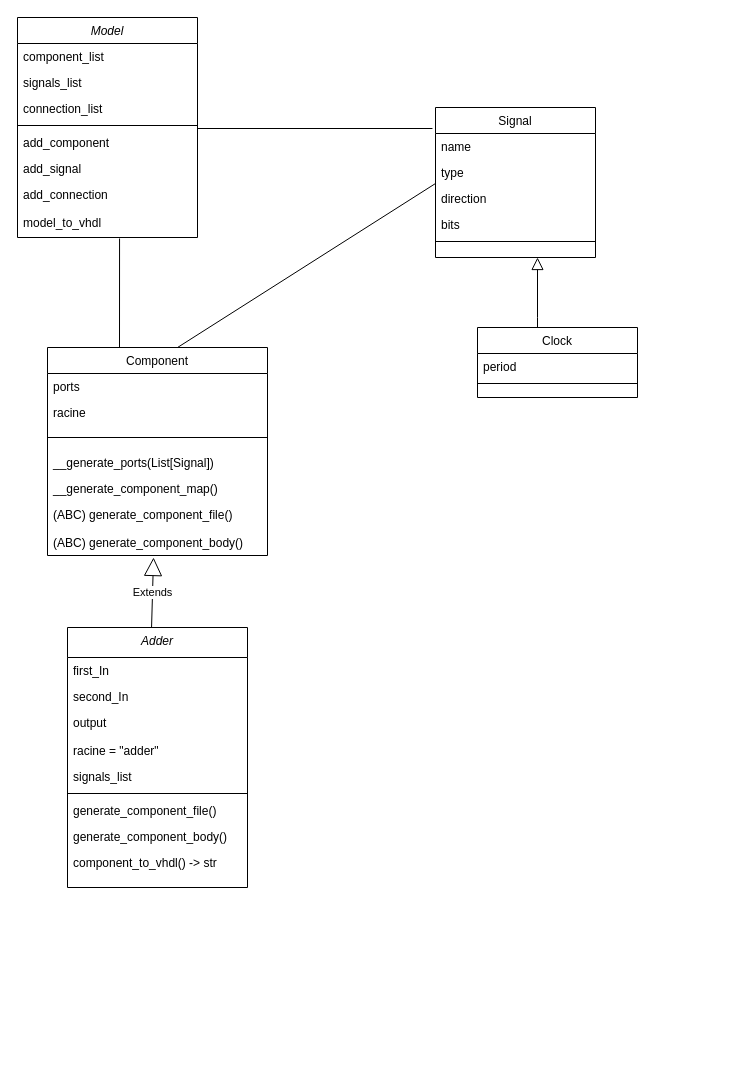
This is class_diagram.drawio from ltrBilal/VHDL_Model, a draw.io file, before an edit. Source tidied: cells renumbered, new cells numbered last; positions are measured from the earlier drawing's top-left corner, leaving out a move shared by most shapes. Both pictures are drawn from the tidied source at 100%, with x=0, y=0 at pixel (17, 17).
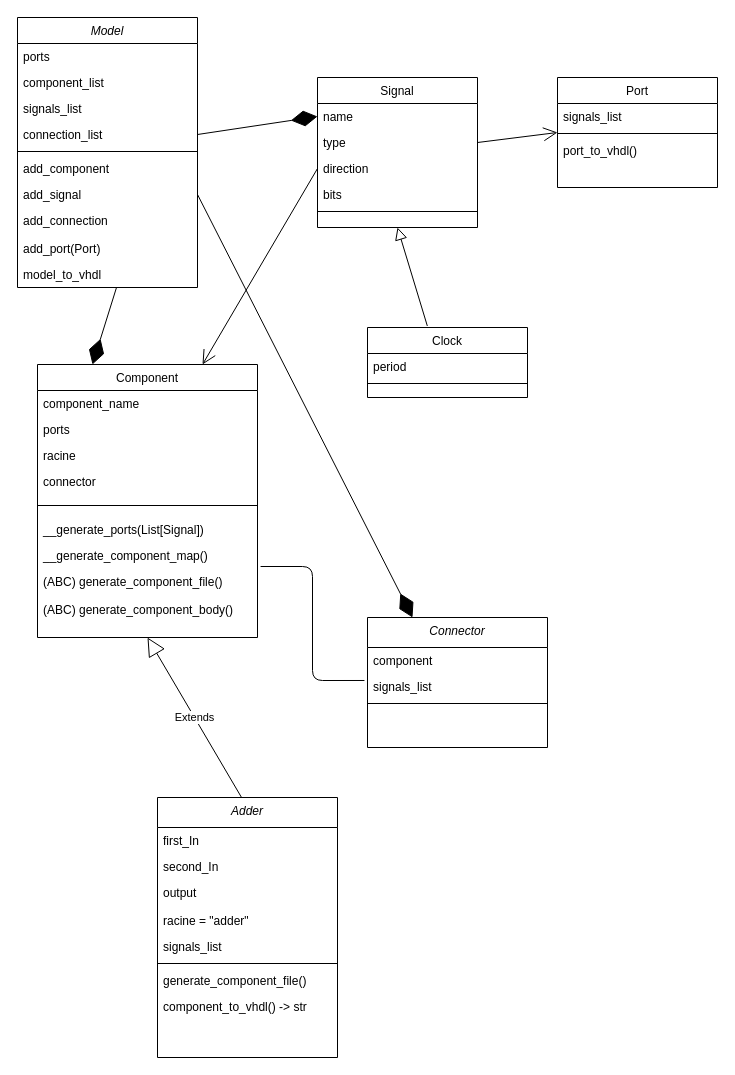
The same page after the edit.

Unchanged cells that the change refers to:
```xml
<mxCell id="24" value="name" style="text;align=left;verticalAlign=top;spacingLeft=4;spacingRight=4;overflow=hidden;points=[[0,0.5],[1,0.5]];portConstraint=eastwest;" parent="23" vertex="1">
  <mxGeometry y="26" width="160" height="26" as="geometry" />
</mxCell>
<mxCell id="25" value="type" style="text;align=left;verticalAlign=top;spacingLeft=4;spacingRight=4;overflow=hidden;points=[[0,0.5],[1,0.5]];portConstraint=eastwest;rounded=0;shadow=0;html=0;" parent="23" vertex="1">
  <mxGeometry y="52" width="160" height="26" as="geometry" />
</mxCell>
<mxCell id="26" value="direction" style="text;align=left;verticalAlign=top;spacingLeft=4;spacingRight=4;overflow=hidden;points=[[0,0.5],[1,0.5]];portConstraint=eastwest;rounded=0;shadow=0;html=0;" parent="23" vertex="1">
  <mxGeometry y="78" width="160" height="26" as="geometry" />
</mxCell>
```

The edit, as a diff of the source:
```diff
@@
     <mxCell id="2" value="Model&#10;" style="swimlane;fontStyle=2;align=center;verticalAlign=top;horizontal=1;startSize=26;rounded=0;shadow=0;strokeWidth=1;" parent="1" vertex="1">
-      <mxGeometry width="180" height="220" as="geometry" />
+      <mxGeometry width="180" height="270" as="geometry" />
     </mxCell>
+    <mxCell id="43" value="ports" style="text;align=left;verticalAlign=top;spacingLeft=4;spacingRight=4;overflow=hidden;" parent="2" vertex="1">
+      <mxGeometry y="26" width="180" height="26" as="geometry" />
+    </mxCell>
     <mxCell id="3" value="component_list        " style="text;align=left;verticalAlign=top;spacingLeft=4;spacingRight=4;overflow=hidden;" parent="2" vertex="1">
-      <mxGeometry y="26" width="180" height="26" as="geometry" />
+      <mxGeometry y="52" width="180" height="26" as="geometry" />
     </mxCell>
     <mxCell id="4" value="signals_list" style="text;align=left;verticalAlign=top;spacingLeft=4;spacingRight=4;overflow=hidden;rounded=0;shadow=0;html=0;" parent="2" vertex="1">
-      <mxGeometry y="52" width="180" height="26" as="geometry" />
+      <mxGeometry y="78" width="180" height="26" as="geometry" />
     </mxCell>
     <mxCell id="5" value="connection_list" style="text;align=left;verticalAlign=top;spacingLeft=4;spacingRight=4;overflow=hidden;points=[[0,0.5],[1,0.5]];portConstraint=eastwest;rounded=0;shadow=0;html=0;" parent="2" vertex="1">
-      <mxGeometry y="78" width="180" height="26" as="geometry" />
+      <mxGeometry y="104" width="180" height="26" as="geometry" />
     </mxCell>
     <mxCell id="6" style="line;html=1;strokeWidth=1;align=left;verticalAlign=middle;spacingTop=-1;spacingLeft=3;spacingRight=3;labelPosition=right;" parent="2" vertex="1">
-      <mxGeometry y="104" width="180" height="8" as="geometry" />
+      <mxGeometry y="130" width="180" height="8" as="geometry" />
     </mxCell>
     <mxCell id="7" value="add_component" style="text;align=left;verticalAlign=top;spacingLeft=4;spacingRight=4;overflow=hidden;rounded=0;shadow=0;html=0;" parent="2" vertex="1">
-      <mxGeometry y="112" width="180" height="26" as="geometry" />
+      <mxGeometry y="138" width="180" height="26" as="geometry" />
     </mxCell>
     <mxCell id="8" value="add_signal" style="text;align=left;verticalAlign=top;spacingLeft=4;spacingRight=4;overflow=hidden;points=[[0,0.5],[1,0.5]];portConstraint=eastwest;rounded=0;shadow=0;html=0;" parent="2" vertex="1">
-      <mxGeometry y="138" width="180" height="26" as="geometry" />
+      <mxGeometry y="164" width="180" height="26" as="geometry" />
     </mxCell>
     <mxCell id="9" value="add_connection" style="text;align=left;verticalAlign=top;spacingLeft=4;spacingRight=4;overflow=hidden;rounded=0;shadow=0;html=0;" parent="2" vertex="1">
-      <mxGeometry y="164" width="180" height="28" as="geometry" />
+      <mxGeometry y="190" width="180" height="28" as="geometry" />
     </mxCell>
-    <mxCell id="10" value="model_to_vhdl" style="text;align=left;verticalAlign=top;spacingLeft=4;spacingRight=4;overflow=hidden;points=[[0,0.5],[1,0.5]];portConstraint=eastwest;rounded=0;shadow=0;html=0;" parent="2" vertex="1">
-      <mxGeometry y="192" width="180" height="26" as="geometry" />
+    <mxCell id="10" value="add_port(Port)" style="text;align=left;verticalAlign=top;spacingLeft=4;spacingRight=4;overflow=hidden;points=[[0,0.5],[1,0.5]];portConstraint=eastwest;rounded=0;shadow=0;html=0;" parent="2" vertex="1">
+      <mxGeometry y="218" width="180" height="26" as="geometry" />
     </mxCell>
+    <mxCell id="44" value="model_to_vhdl" style="text;align=left;verticalAlign=top;spacingLeft=4;spacingRight=4;overflow=hidden;points=[[0,0.5],[1,0.5]];portConstraint=eastwest;rounded=0;shadow=0;html=0;" parent="2" vertex="1">
+      <mxGeometry y="244" width="180" height="26" as="geometry" />
+    </mxCell>
     <mxCell id="11" value="Component" style="swimlane;fontStyle=0;align=center;verticalAlign=top;horizontal=1;startSize=26;rounded=0;shadow=0;strokeWidth=1;" parent="1" vertex="1">
-      <mxGeometry x="30" y="330" width="220" height="208" as="geometry" />
+      <mxGeometry x="20" y="347" width="220" height="273" as="geometry" />
     </mxCell>
+    <mxCell id="45" value="component_name" style="text;align=left;verticalAlign=top;spacingLeft=4;spacingRight=4;overflow=hidden;fontStyle=0;" parent="11" vertex="1">
+      <mxGeometry y="26" width="220" height="26" as="geometry" />
+    </mxCell>
     <mxCell id="12" value="ports" style="text;align=left;verticalAlign=top;spacingLeft=4;spacingRight=4;overflow=hidden;fontStyle=0;" parent="11" vertex="1">
-      <mxGeometry y="26" width="220" height="26" as="geometry" />
+      <mxGeometry y="52" width="220" height="26" as="geometry" />
     </mxCell>
     <mxCell id="13" value="racine" style="text;align=left;verticalAlign=top;spacingLeft=4;spacingRight=4;overflow=hidden;fontStyle=0;" parent="11" vertex="1">
-      <mxGeometry y="52" width="220" height="26" as="geometry" />
+      <mxGeometry y="78" width="220" height="26" as="geometry" />
     </mxCell>
+    <mxCell id="46" value="connector" style="text;align=left;verticalAlign=top;spacingLeft=4;spacingRight=4;overflow=hidden;fontStyle=0;" parent="11" vertex="1">
+      <mxGeometry y="104" width="220" height="26" as="geometry" />
+    </mxCell>
     <mxCell id="14" style="line;html=1;strokeWidth=1;align=left;verticalAlign=middle;spacingTop=-1;spacingLeft=3;spacingRight=3;labelPosition=right;" parent="11" vertex="1">
-      <mxGeometry y="78" width="220" height="24" as="geometry" />
+      <mxGeometry y="130" width="220" height="22" as="geometry" />
     </mxCell>
     <mxCell id="15" value="__generate_ports(List[Signal])" style="text;align=left;verticalAlign=top;spacingLeft=4;spacingRight=4;overflow=hidden;fontStyle=0;" parent="11" vertex="1">
-      <mxGeometry y="102" width="220" height="26" as="geometry" />
+      <mxGeometry y="152" width="220" height="26" as="geometry" />
     </mxCell>
     <mxCell id="16" value="__generate_component_map()" style="text;align=left;verticalAlign=top;spacingLeft=4;spacingRight=4;overflow=hidden;points=[[0,0.5],[1,0.5]];portConstraint=eastwest;" parent="11" vertex="1">
-      <mxGeometry y="128" width="220" height="26" as="geometry" />
+      <mxGeometry y="178" width="220" height="26" as="geometry" />
     </mxCell>
     <mxCell id="17" value="(ABC) generate_component_file()" style="text;align=left;verticalAlign=top;spacingLeft=4;spacingRight=4;overflow=hidden;" parent="11" vertex="1">
-      <mxGeometry y="154" width="220" height="28" as="geometry" />
+      <mxGeometry y="204" width="220" height="28" as="geometry" />
     </mxCell>
     <mxCell id="18" value="(ABC) generate_component_body()" style="text;align=left;verticalAlign=top;spacingLeft=4;spacingRight=4;overflow=hidden;points=[[0,0.5],[1,0.5]];portConstraint=eastwest;" parent="11" vertex="1">
-      <mxGeometry y="182" width="220" height="26" as="geometry" />
+      <mxGeometry y="232" width="220" height="26" as="geometry" />
     </mxCell>
     <mxCell id="19" value="Clock" style="swimlane;fontStyle=0;align=center;verticalAlign=top;horizontal=1;startSize=26;rounded=0;shadow=0;strokeWidth=1;" parent="1" vertex="1">
-      <mxGeometry x="460" y="310" width="160" height="70" as="geometry" />
+      <mxGeometry x="350" y="310" width="160" height="70" as="geometry" />
     </mxCell>
@@
-    <mxCell id="22" style="endArrow=block;endSize=10;endFill=0;shadow=0;strokeWidth=1;rounded=0;curved=0;edgeStyle=elbowEdgeStyle;elbow=vertical;" parent="1" edge="1">
-      <mxGeometry relative="1" as="geometry">
-        <mxPoint x="520" y="310" as="sourcePoint" />
-        <mxPoint x="520" y="240" as="targetPoint" />
-        <Array as="points">
-          <mxPoint x="530" y="300" />
-        </Array>
-      </mxGeometry>
+    <mxCell id="22" style="endArrow=block;endSize=10;endFill=0;shadow=0;strokeWidth=1;rounded=0;elbow=vertical;entryX=0.5;entryY=1;entryDx=0;entryDy=0;exitX=0.374;exitY=-0.022;exitDx=0;exitDy=0;exitPerimeter=0;" parent="1" edge="1" source="19" target="23">
+      <mxGeometry relative="1" as="geometry" />
     </mxCell>
     <mxCell id="23" value="Signal" style="swimlane;fontStyle=0;align=center;verticalAlign=top;horizontal=1;startSize=26;rounded=0;shadow=0;strokeWidth=1;" parent="1" vertex="1">
-      <mxGeometry x="418" y="90" width="160" height="150" as="geometry" />
+      <mxGeometry x="300" y="60" width="160" height="150" as="geometry" />
     </mxCell>
@@
-    <mxCell id="29" style="endArrow=none;html=1;rounded=0;exitX=1;exitY=0.265;exitDx=0;exitDy=0;exitPerimeter=0;entryX=-0.019;entryY=-0.192;entryDx=0;entryDy=0;entryPerimeter=0;" parent="1" edge="1" target="24">
-      <mxGeometry relative="1" as="geometry">
-        <mxPoint x="180" y="111" as="sourcePoint" />
-      </mxGeometry>
-    </mxCell>
-    <mxCell id="30" style="endArrow=none;html=1;rounded=0;entryX=0.567;entryY=1.115;entryDx=0;entryDy=0;entryPerimeter=0;" parent="1" edge="1" target="10">
-      <mxGeometry relative="1" as="geometry">
-        <mxPoint x="102" y="330" as="sourcePoint" />
-      </mxGeometry>
-    </mxCell>
     <mxCell id="31" value="Adder" style="swimlane;fontStyle=2;align=center;verticalAlign=top;horizontal=1;startSize=30;rounded=0;shadow=0;strokeWidth=1;" parent="1" vertex="1">
-      <mxGeometry x="50" y="610" width="180" height="260" as="geometry" />
+      <mxGeometry x="140" y="780" width="180" height="260" as="geometry" />
     </mxCell>
@@
-    <mxCell id="39" value="generate_component_body()" style="text;align=left;verticalAlign=top;spacingLeft=4;spacingRight=4;overflow=hidden;rounded=0;shadow=0;html=0;" parent="31" vertex="1">
-      <mxGeometry y="196" width="180" height="26" as="geometry" />
-    </mxCell>
     <mxCell id="40" value="component_to_vhdl() -&gt; str" style="text;align=left;verticalAlign=top;spacingLeft=4;spacingRight=4;overflow=hidden;rounded=0;shadow=0;html=0;" parent="31" vertex="1">
-      <mxGeometry y="222" width="180" height="28" as="geometry" />
+      <mxGeometry y="196" width="180" height="28" as="geometry" />
     </mxCell>
-    <mxCell id="41" value="Extends" style="endArrow=block;endSize=16;endFill=0;html=1;rounded=0;exitX=0.467;exitY=0;exitDx=0;exitDy=0;exitPerimeter=0;entryX=0.482;entryY=1.077;entryDx=0;entryDy=0;entryPerimeter=0;" parent="1" edge="1" source="31" target="18">
+    <mxCell id="41" value="Extends" style="endArrow=block;endSize=16;endFill=0;html=1;rounded=0;exitX=0.467;exitY=0;exitDx=0;exitDy=0;exitPerimeter=0;entryX=0.5;entryY=1;entryDx=0;entryDy=0;" parent="1" edge="1" source="31" target="11">
       <mxGeometry relative="1" as="geometry" />
     </mxCell>
-    <mxCell id="42" style="endArrow=none;html=1;rounded=0;exitX=0.591;exitY=0;exitDx=0;exitDy=0;exitPerimeter=0;entryX=0;entryY=0.923;entryDx=0;entryDy=0;entryPerimeter=0;" parent="1" edge="1" source="11" target="25">
-      <mxGeometry relative="1" as="geometry" />
-    </mxCell>
+    <mxCell id="47" style="endArrow=diamondThin;endFill=1;endSize=24;html=1;exitX=0.55;exitY=1;exitDx=0;exitDy=0;exitPerimeter=0;entryX=0.25;entryY=0;entryDx=0;entryDy=0;" parent="1" edge="1" source="44" target="11">
+      <mxGeometry relative="1" as="geometry" />
+    </mxCell>
+    <mxCell id="48" style="endArrow=diamondThin;endFill=1;endSize=24;html=1;exitX=1;exitY=0.5;exitDx=0;exitDy=0;entryX=0;entryY=0.5;entryDx=0;entryDy=0;" parent="1" edge="1" source="5" target="24">
+      <mxGeometry relative="1" as="geometry" />
+    </mxCell>
+    <mxCell id="49" style="endArrow=open;endFill=1;endSize=12;html=1;exitX=0;exitY=0.5;exitDx=0;exitDy=0;entryX=0.75;entryY=0;entryDx=0;entryDy=0;" parent="1" edge="1" source="26" target="11">
+      <mxGeometry relative="1" as="geometry" />
+    </mxCell>
+    <mxCell id="50" value="Connector" style="swimlane;fontStyle=2;align=center;verticalAlign=top;horizontal=1;startSize=30;rounded=0;shadow=0;strokeWidth=1;" parent="1" vertex="1">
+      <mxGeometry x="350" y="600" width="180" height="130" as="geometry" />
+    </mxCell>
+    <mxCell id="51" value="component" style="text;align=left;verticalAlign=top;spacingLeft=4;spacingRight=4;overflow=hidden;" parent="50" vertex="1">
+      <mxGeometry y="30" width="180" height="26" as="geometry" />
+    </mxCell>
+    <mxCell id="52" value="signals_list" style="text;align=left;verticalAlign=top;spacingLeft=4;spacingRight=4;overflow=hidden;points=[[0,0.5],[1,0.5]];portConstraint=eastwest;rounded=0;shadow=0;html=0;" parent="50" vertex="1">
+      <mxGeometry y="56" width="180" height="26" as="geometry" />
+    </mxCell>
+    <mxCell id="53" style="line;html=1;strokeWidth=1;align=left;verticalAlign=middle;spacingTop=-1;spacingLeft=3;spacingRight=3;labelPosition=right;" parent="50" vertex="1">
+      <mxGeometry y="82" width="180" height="8" as="geometry" />
+    </mxCell>
+    <mxCell id="54" style="endArrow=diamondThin;endFill=1;endSize=24;html=1;exitX=1;exitY=0.5;exitDx=0;exitDy=0;entryX=0.25;entryY=0;entryDx=0;entryDy=0;" parent="1" edge="1" source="8" target="50">
+      <mxGeometry relative="1" as="geometry" />
+    </mxCell>
+    <mxCell id="55" value="Port" style="swimlane;fontStyle=0;align=center;verticalAlign=top;horizontal=1;startSize=26;rounded=0;shadow=0;strokeWidth=1;" parent="1" vertex="1">
+      <mxGeometry x="540" y="60" width="160" height="110" as="geometry" />
+    </mxCell>
+    <mxCell id="56" value="signals_list&#10;" style="text;align=left;verticalAlign=top;spacingLeft=4;spacingRight=4;overflow=hidden;" parent="55" vertex="1">
+      <mxGeometry y="26" width="160" height="26" as="geometry" />
+    </mxCell>
+    <mxCell id="57" style="line;html=1;strokeWidth=1;align=left;verticalAlign=middle;spacingTop=-1;spacingLeft=3;spacingRight=3;labelPosition=right;" parent="55" vertex="1">
+      <mxGeometry y="52" width="160" height="8" as="geometry" />
+    </mxCell>
+    <mxCell id="58" value="port_to_vhdl()" style="text;align=left;verticalAlign=top;spacingLeft=4;spacingRight=4;overflow=hidden;rounded=0;shadow=0;html=0;" parent="55" vertex="1">
+      <mxGeometry y="60" width="160" height="30" as="geometry" />
+    </mxCell>
+    <mxCell id="59" style="endArrow=open;endFill=1;endSize=12;html=1;exitX=1;exitY=0.5;exitDx=0;exitDy=0;entryX=0;entryY=0.5;entryDx=0;entryDy=0;" parent="1" edge="1" source="25" target="55">
+      <mxGeometry relative="1" as="geometry" />
+    </mxCell>
+    <mxCell id="60" style="endArrow=none;html=1;edgeStyle=orthogonalEdgeStyle;exitX=1.014;exitY=0.923;exitDx=0;exitDy=0;exitPerimeter=0;entryX=-0.017;entryY=0.269;entryDx=0;entryDy=0;entryPerimeter=0;" parent="1" edge="1" source="16" target="52">
+      <mxGeometry relative="1" as="geometry" />
+    </mxCell>
```
